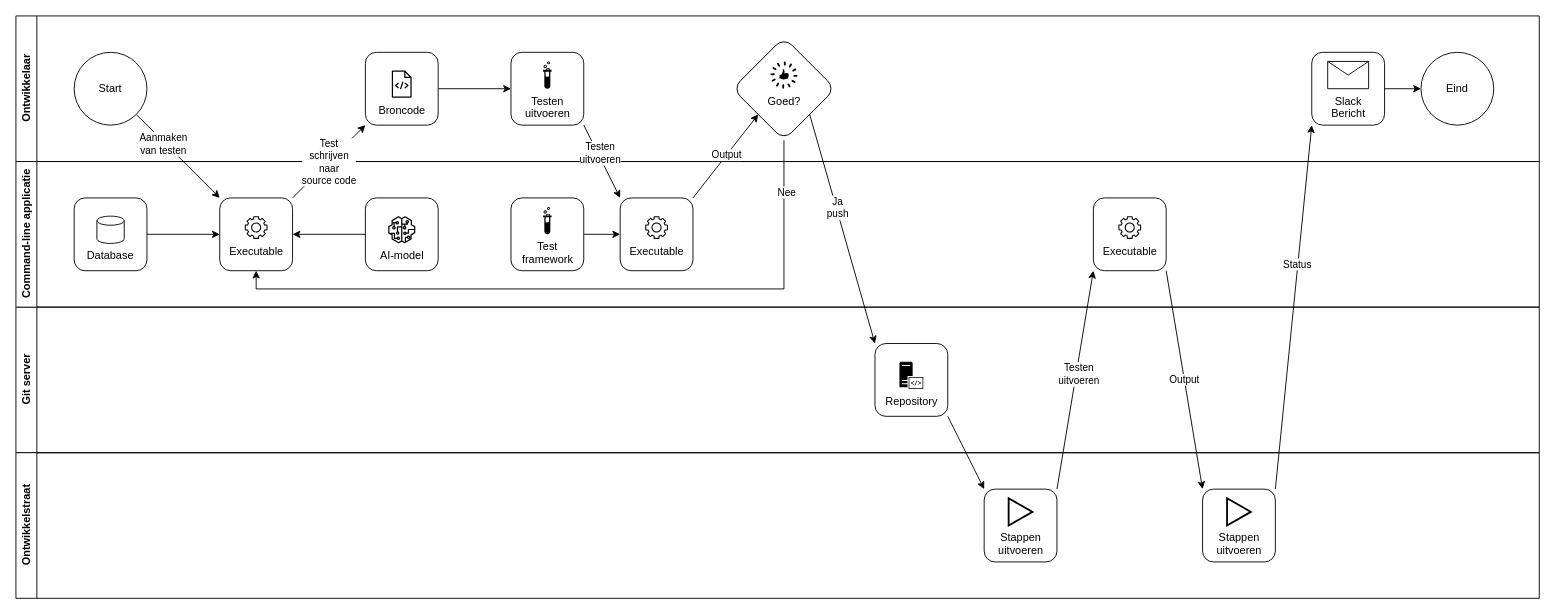
The draw.io diagram page "Executable" (12 of 13) of cli app.drawio in luukvankooten/draw.io, before the edit. Source tidied: cells renumbered, new cells numbered last; positions are measured from the earlier drawing's top-left corner, leaving out a move shared by most shapes. Both pictures are drawn from the tidied source at 91%, with x=0, y=0 at pixel (15, 15).
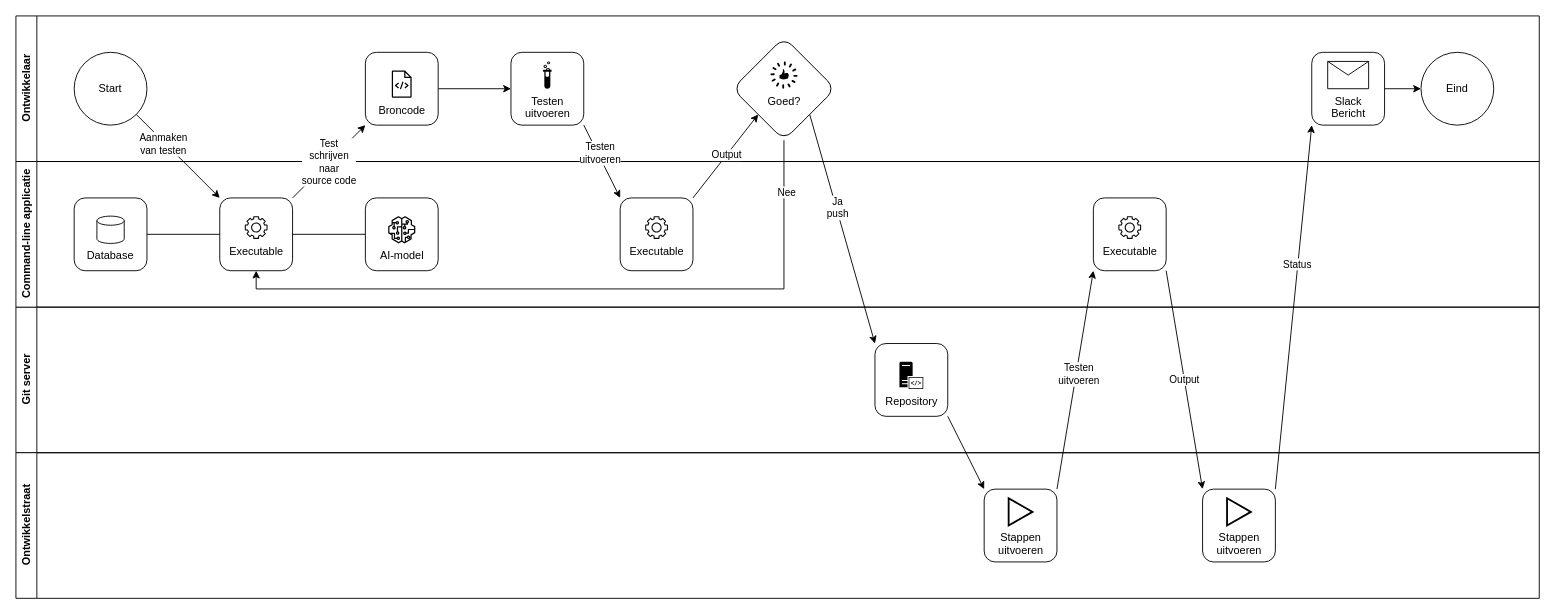
The same diagram, later.

Unchanged cells that the change refers to:
```xml
<mxCell id="23" value="Command-line applicatie" style="swimlane;horizontal=0;whiteSpace=wrap;html=1;" parent="1" vertex="1">
  <mxGeometry y="160" width="1674" height="160" as="geometry" />
</mxCell>
<mxCell id="24" style="rounded=1;whiteSpace=wrap;html=1;" parent="23" vertex="1">
  <mxGeometry x="224" y="40" width="80" height="80" as="geometry" />
</mxCell>
<mxCell id="27" style="rounded=1;whiteSpace=wrap;html=1;" parent="23" vertex="1">
  <mxGeometry x="384" y="40" width="80" height="80" as="geometry" />
</mxCell>
<mxCell id="30" style="rounded=1;whiteSpace=wrap;html=1;" parent="23" vertex="1">
  <mxGeometry x="64" y="40" width="80" height="80" as="geometry" />
</mxCell>
<mxCell id="32" style="rounded=1;whiteSpace=wrap;html=1;" parent="23" vertex="1">
  <mxGeometry x="664" y="40" width="80" height="80" as="geometry" />
</mxCell>
```

What changed in the source:
```diff
@@
-    <mxCell id="26" style="edgeStyle=orthogonalEdgeStyle;rounded=0;jettySize=auto;html=1;entryX=1;entryY=0.5;entryDx=0;entryDy=0;" parent="23" edge="1" source="27" target="24">
+    <mxCell id="26" style="edgeStyle=orthogonalEdgeStyle;rounded=0;jettySize=auto;html=1;entryX=1;entryY=0.5;entryDx=0;entryDy=0;endArrow=none;endFill=0;" parent="23" edge="1" source="27" target="24">
       <mxGeometry relative="1" as="geometry" />
     </mxCell>
@@
-    <mxCell id="29" style="edgeStyle=orthogonalEdgeStyle;rounded=0;jettySize=auto;html=1;" parent="23" edge="1" source="30" target="24">
+    <mxCell id="29" style="edgeStyle=orthogonalEdgeStyle;rounded=0;jettySize=auto;html=1;endArrow=none;endFill=0;" parent="23" edge="1" source="30" target="24">
       <mxGeometry relative="1" as="geometry" />
     </mxCell>
@@
-    <mxCell id="36" style="edgeStyle=orthogonalEdgeStyle;rounded=0;jettySize=auto;html=1;" parent="23" edge="1" source="37" target="32">
-      <mxGeometry relative="1" as="geometry" />
-    </mxCell>
-    <mxCell id="37" style="whiteSpace=wrap;html=1;rounded=1;" parent="23" vertex="1">
-      <mxGeometry x="544" y="40" width="80" height="80" as="geometry" />
-    </mxCell>
-    <mxCell id="38" value="&lt;div&gt;Test&lt;/div&gt;&lt;div&gt;framework&lt;/div&gt;" style="sketch=0;html=1;strokeColor=none;shadow=0;fillColor=#000000;verticalAlign=top;labelPosition=center;verticalLabelPosition=bottom;shape=mxgraph.gcp2.biomedical_test_tube;" parent="23" vertex="1">
-      <mxGeometry x="579.3" y="50" width="9.3" height="30" as="geometry" />
-    </mxCell>
```
